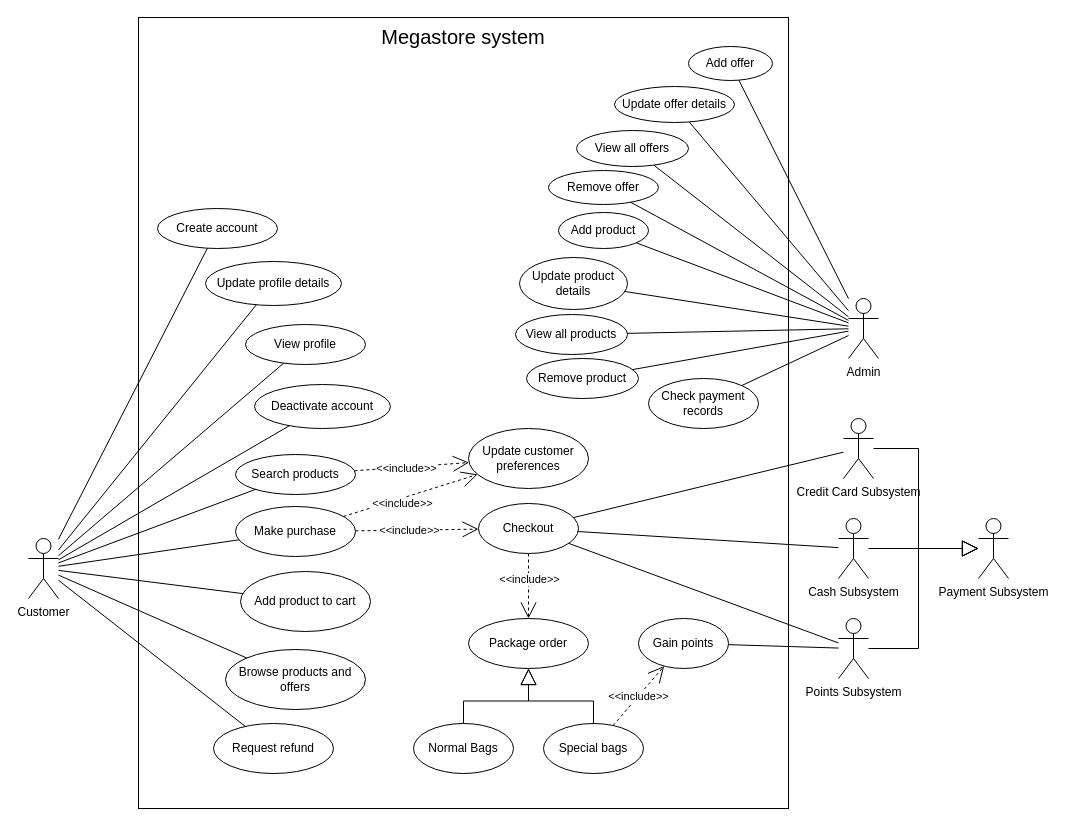
Earlier version of the draw.io diagram diagrams/use-case.drawio (youssef-attai-fcai-cu/system-analysis-project). Source tidied: cells renumbered, new cells numbered last; positions are measured from the earlier drawing's top-left corner, leaving out a move shared by most shapes. Both pictures are drawn from the tidied source at 100%, with x=0, y=0 at pixel (28, 17).
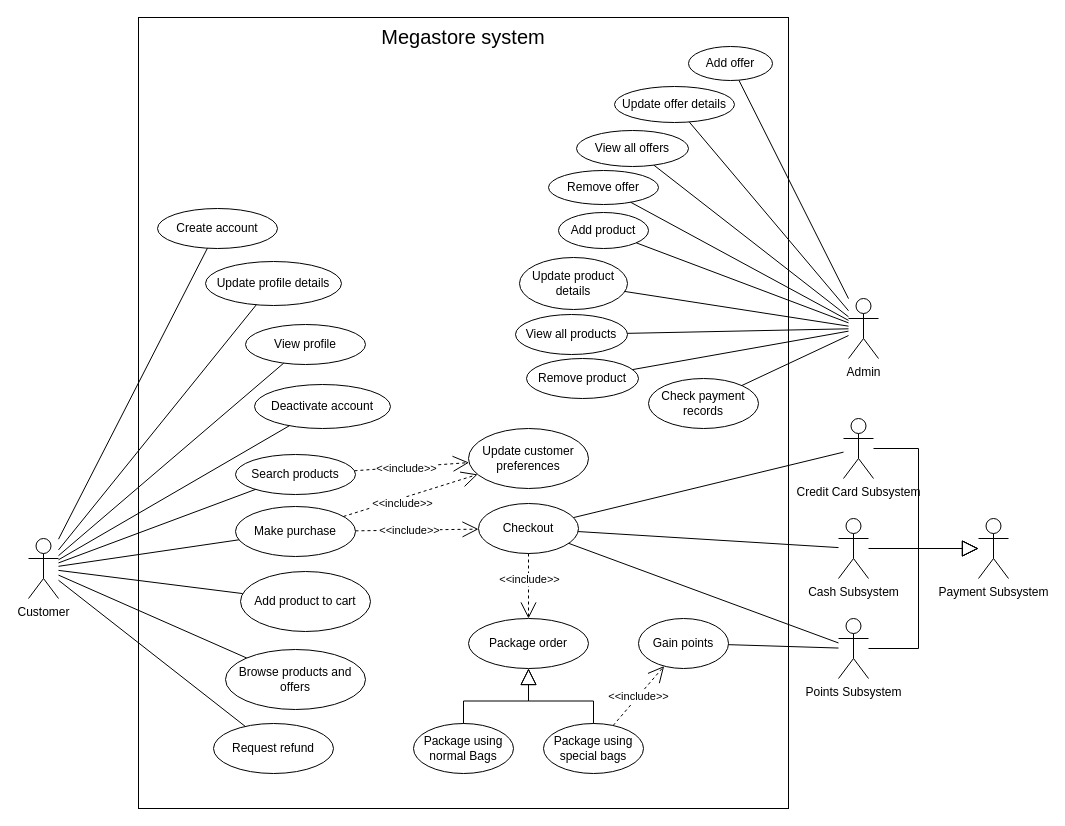
Above is the later version.

Commit message:
Update Normal bags and Special bags

- Prefix with "Package using"

Change to the diagram source:
```diff
@@
-    <mxCell id="33" value="Normal Bags" style="ellipse;whiteSpace=wrap;html=1;" parent="1" vertex="1">
+    <mxCell id="33" value="Package using normal Bags" style="ellipse;whiteSpace=wrap;html=1;" parent="1" vertex="1">
       <mxGeometry x="385" y="706" width="100" height="50" as="geometry" />
     </mxCell>
-    <mxCell id="34" value="Special bags" style="ellipse;whiteSpace=wrap;html=1;" parent="1" vertex="1">
+    <mxCell id="34" value="Package using special bags" style="ellipse;whiteSpace=wrap;html=1;" parent="1" vertex="1">
       <mxGeometry x="515" y="706" width="100" height="50" as="geometry" />
     </mxCell>
```
